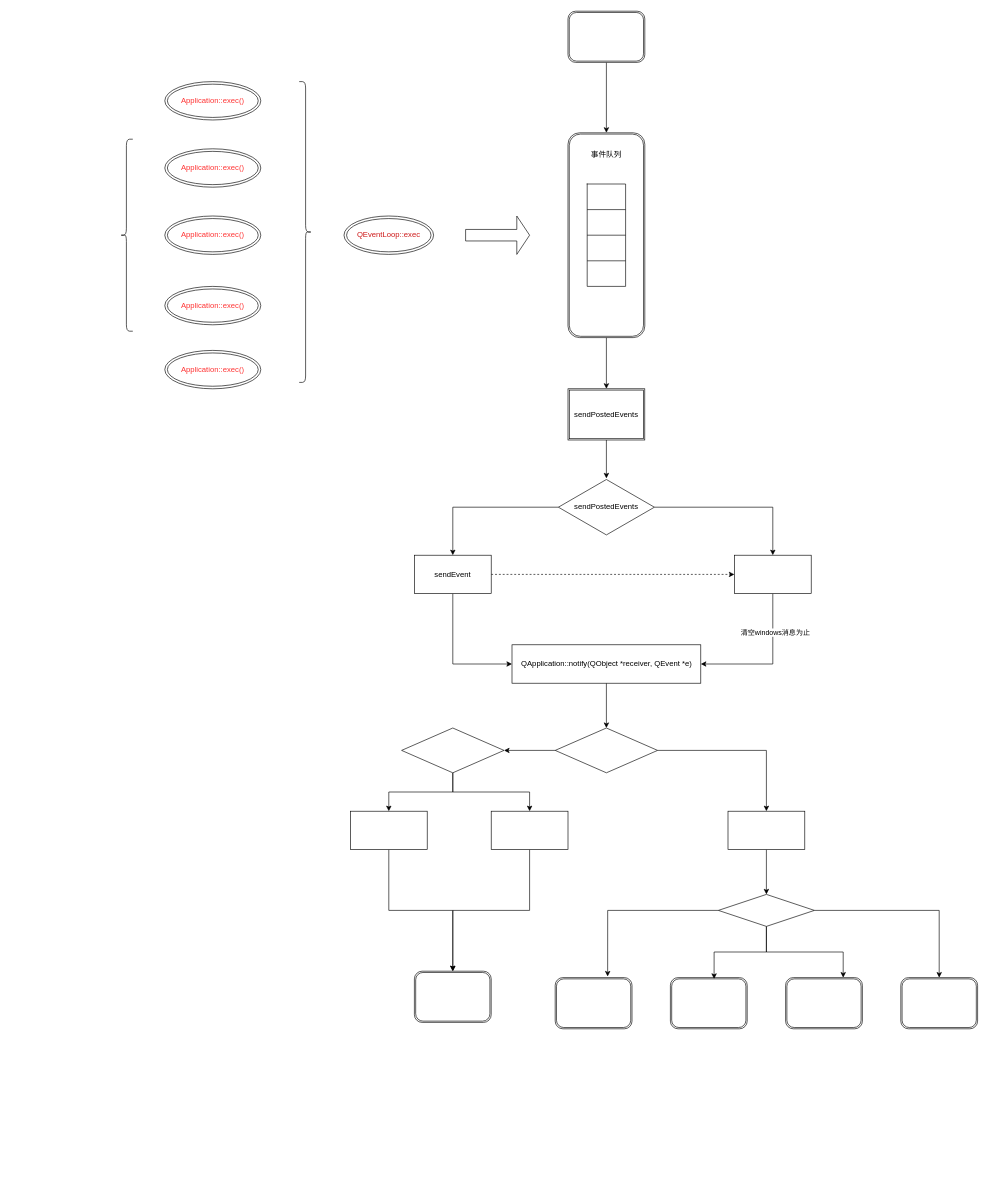
The draw.io diagram 图解Qt事件循环.drawio in summer-hu-1/qt-official-examples, before the edit. Source tidied: cells renumbered, new cells numbered last; positions are measured from the earlier drawing's top-left corner, leaving out a move shared by most shapes. Both pictures are drawn from the tidied source at 64%, with x=0, y=0 at pixel (120, 11).
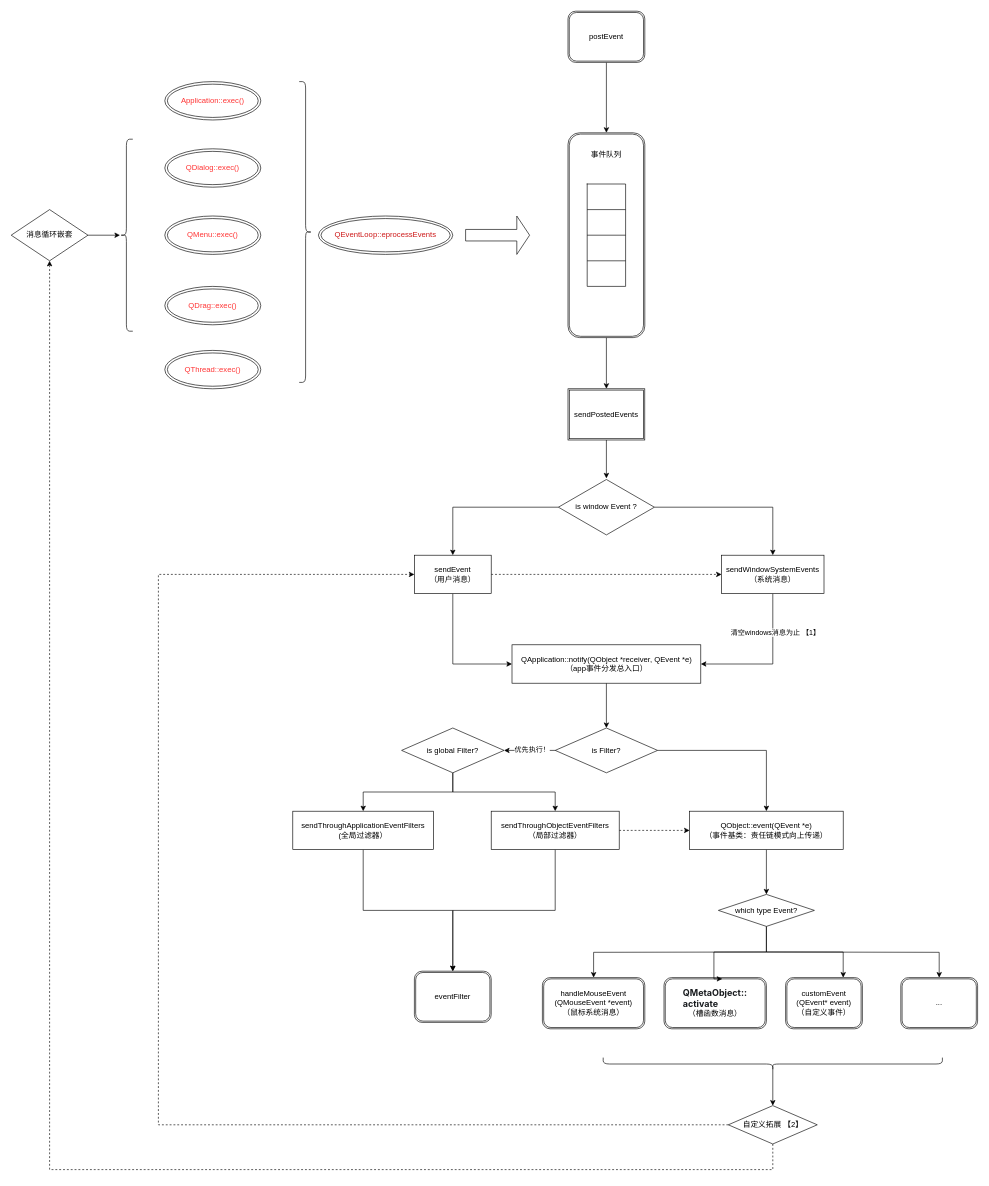
After the change.

Commit message (it also covers changes not shown here):
更新图解Qt事件循环.drawio

Unchanged cells that the change refers to:
```xml
<mxCell id="7" style="shape=curlyBracket;whiteSpace=wrap;html=1;rounded=1;labelPosition=left;verticalLabelPosition=middle;align=right;verticalAlign=middle;size=0.5;" parent="1" vertex="1">
  <mxGeometry y="200" width="20" height="300" as="geometry" />
</mxCell>
<mxCell id="12" style="shape=ext;double=1;rounded=1;whiteSpace=wrap;html=1;" parent="1" vertex="1">
  <mxGeometry x="700" y="190" width="120" height="320" as="geometry" />
</mxCell>
<mxCell id="28" style="edgeStyle=orthogonalEdgeStyle;rounded=0;jettySize=auto;html=1;entryX=1;entryY=0.5;entryDx=0;entryDy=0;" parent="1" edge="1" source="30" target="36">
  <mxGeometry relative="1" as="geometry">
    <Array as="points">
      <mxPoint x="1020" y="1020" />
    </Array>
  </mxGeometry>
</mxCell>
<mxCell id="43" style="edgeStyle=orthogonalEdgeStyle;rounded=0;jettySize=auto;html=1;" parent="1" edge="1" source="45" target="48">
  <mxGeometry relative="1" as="geometry" />
</mxCell>
```

What changed in the source:
```diff
@@
-    <mxCell id="3" value="&lt;font style=&quot;color: rgb(255, 51, 51);&quot;&gt;Application::exec()&lt;/font&gt;" style="ellipse;shape=doubleEllipse;whiteSpace=wrap;html=1;" parent="1" vertex="1">
+    <mxCell id="3" value="&lt;font style=&quot;color: rgb(255, 51, 51);&quot;&gt;QDialog::exec()&lt;/font&gt;" style="ellipse;shape=doubleEllipse;whiteSpace=wrap;html=1;" parent="1" vertex="1">
       <mxGeometry x="70" y="215" width="150" height="60" as="geometry" />
     </mxCell>
-    <mxCell id="4" value="&lt;font style=&quot;color: rgb(255, 51, 51);&quot;&gt;Application::exec()&lt;/font&gt;" style="ellipse;shape=doubleEllipse;whiteSpace=wrap;html=1;" parent="1" vertex="1">
+    <mxCell id="4" value="&lt;font style=&quot;color: rgb(255, 51, 51);&quot;&gt;QDrag::exec()&lt;/font&gt;" style="ellipse;shape=doubleEllipse;whiteSpace=wrap;html=1;" parent="1" vertex="1">
       <mxGeometry x="70" y="430" width="150" height="60" as="geometry" />
     </mxCell>
-    <mxCell id="5" value="&lt;font style=&quot;color: rgb(255, 51, 51);&quot;&gt;Application::exec()&lt;/font&gt;" style="ellipse;shape=doubleEllipse;whiteSpace=wrap;html=1;" parent="1" vertex="1">
+    <mxCell id="5" value="&lt;font style=&quot;color: rgb(255, 51, 51);&quot;&gt;QMenu::exec()&lt;/font&gt;" style="ellipse;shape=doubleEllipse;whiteSpace=wrap;html=1;" parent="1" vertex="1">
       <mxGeometry x="70" y="320" width="150" height="60" as="geometry" />
     </mxCell>
-    <mxCell id="6" value="&lt;font style=&quot;color: rgb(255, 51, 51);&quot;&gt;Application::exec()&lt;/font&gt;" style="ellipse;shape=doubleEllipse;whiteSpace=wrap;html=1;" parent="1" vertex="1">
+    <mxCell id="6" value="&lt;font style=&quot;color: rgb(255, 51, 51);&quot;&gt;QThread::exec()&lt;/font&gt;" style="ellipse;shape=doubleEllipse;whiteSpace=wrap;html=1;" parent="1" vertex="1">
       <mxGeometry x="70" y="530" width="150" height="60" as="geometry" />
     </mxCell>
@@
-    <mxCell id="9" value="&lt;font style=&quot;color: light-dark(rgb(205, 24, 24), rgb(237, 237, 237));&quot;&gt;QEventLoop::exec&lt;/font&gt;" style="ellipse;shape=doubleEllipse;whiteSpace=wrap;html=1;" parent="1" vertex="1">
-      <mxGeometry x="350" y="320" width="140" height="60" as="geometry" />
+    <mxCell id="9" value="&lt;font style=&quot;color: light-dark(rgb(205, 24, 24), rgb(237, 237, 237));&quot;&gt;QEventLoop::e&lt;/font&gt;&lt;span style=&quot;color: light-dark(rgb(205, 24, 24), rgb(237, 237, 237)); background-color: transparent;&quot;&gt;processEvents&lt;/span&gt;" style="ellipse;shape=doubleEllipse;whiteSpace=wrap;html=1;" parent="1" vertex="1">
+      <mxGeometry x="310" y="320" width="210" height="60" as="geometry" />
     </mxCell>
@@
-    <mxCell id="24" value="sendPostedEvents" style="html=1;whiteSpace=wrap;shape=isoRectangle;" parent="1" vertex="1">
+    <mxCell id="24" value="is window Event ?" style="html=1;whiteSpace=wrap;shape=isoRectangle;" parent="1" vertex="1">
       <mxGeometry x="685" y="730" width="150" height="90" as="geometry" />
     </mxCell>
@@
-    <mxCell id="27" value="sendEvent" style="whiteSpace=wrap;html=1;" parent="1" vertex="1">
+    <mxCell id="27" value="sendEvent&lt;div&gt;（用户消息）&lt;/div&gt;" style="whiteSpace=wrap;html=1;" parent="1" vertex="1">
       <mxGeometry x="460" y="850" width="120" height="60" as="geometry" />
     </mxCell>
@@
-    <mxCell id="29" value="清空windows消息为止" style="edgeLabel;html=1;align=center;verticalAlign=middle;" parent="28" vertex="1">
+    <mxCell id="29" value="清空windows消息为止 【1】" style="edgeLabel;html=1;align=center;verticalAlign=middle;" parent="28" vertex="1">
       <mxGeometry x="-0.46" y="3" relative="1" as="geometry" />
     </mxCell>
-    <mxCell id="30" style="whiteSpace=wrap;html=1;" parent="1" vertex="1">
-      <mxGeometry x="960" y="850" width="120" height="60" as="geometry" />
+    <mxCell id="30" value="sendWindowSystemEvents&lt;div&gt;（系统消息）&lt;/div&gt;" style="whiteSpace=wrap;html=1;" parent="1" vertex="1">
+      <mxGeometry x="940" y="850" width="160" height="60" as="geometry" />
     </mxCell>
@@
-    <mxCell id="32" style="shape=ext;double=1;rounded=1;whiteSpace=wrap;html=1;" parent="1" vertex="1">
+    <mxCell id="32" value="postEvent" style="shape=ext;double=1;rounded=1;whiteSpace=wrap;html=1;" parent="1" vertex="1">
       <mxGeometry x="700" width="120" height="80" as="geometry" />
     </mxCell>
@@
-    <mxCell id="36" value="QApplication::notify(QObject *receiver, QEvent *e)" style="whiteSpace=wrap;html=1;" parent="1" vertex="1">
+    <mxCell id="36" value="QApplication::notify(QObject *receiver, QEvent *e)&lt;div&gt;（app事件分发总入口）&lt;/div&gt;" style="whiteSpace=wrap;html=1;" parent="1" vertex="1">
       <mxGeometry x="612.5" y="990" width="295" height="60" as="geometry" />
     </mxCell>
@@
+    <mxCell id="60" style="edgeStyle=orthogonalEdgeStyle;rounded=0;jettySize=auto;html=1;entryX=0;entryY=0.5;entryDx=0;entryDy=0;dashed=1;" parent="1" edge="1" source="38" target="50">
+      <mxGeometry relative="1" as="geometry" />
+    </mxCell>
-    <mxCell id="38" style="whiteSpace=wrap;html=1;" parent="1" vertex="1">
-      <mxGeometry x="580" y="1250" width="120" height="60" as="geometry" />
+    <mxCell id="38" value="sendThroughObjectEventFilters&lt;div&gt;（局部过滤器）&lt;/div&gt;" style="whiteSpace=wrap;html=1;" parent="1" vertex="1">
+      <mxGeometry x="580" y="1250" width="200" height="60" as="geometry" />
     </mxCell>
@@
-    <mxCell id="40" style="rounded=0;whiteSpace=wrap;html=1;" parent="1" vertex="1">
-      <mxGeometry x="360" y="1250" width="120" height="60" as="geometry" />
+    <mxCell id="40" value="sendThroughApplicationEventFilters&lt;div&gt;(全局过滤器）&lt;/div&gt;" style="rounded=0;whiteSpace=wrap;html=1;" parent="1" vertex="1">
+      <mxGeometry x="270" y="1250" width="220" height="60" as="geometry" />
     </mxCell>
-    <mxCell id="41" style="shape=ext;double=1;rounded=1;whiteSpace=wrap;html=1;" parent="1" vertex="1">
+    <mxCell id="41" value="eventFilter" style="shape=ext;double=1;rounded=1;whiteSpace=wrap;html=1;" parent="1" vertex="1">
       <mxGeometry x="460" y="1500" width="120" height="80" as="geometry" />
     </mxCell>
-    <mxCell id="42" style="shape=ext;double=1;rounded=1;whiteSpace=wrap;html=1;" parent="1" vertex="1">
-      <mxGeometry x="680" y="1510" width="120" height="80" as="geometry" />
+    <mxCell id="42" value="handleMouseEvent&lt;div&gt;(QMouseEvent *event)&lt;br&gt;（鼠标系统消息）&lt;/div&gt;" style="shape=ext;double=1;rounded=1;whiteSpace=wrap;html=1;" parent="1" vertex="1">
+      <mxGeometry x="660" y="1510" width="160" height="80" as="geometry" />
     </mxCell>
@@
+    <mxCell id="61" value="优先执行！" style="edgeLabel;html=1;align=center;verticalAlign=middle;" parent="43" vertex="1">
+      <mxGeometry x="-0.11" y="-2" relative="1" as="geometry">
+        <mxPoint x="-1" as="offset" />
+      </mxGeometry>
+    </mxCell>
@@
-    <mxCell id="45" style="rhombus;whiteSpace=wrap;html=1;" parent="1" vertex="1">
+    <mxCell id="45" value="is Filter?" style="rhombus;whiteSpace=wrap;html=1;" parent="1" vertex="1">
       <mxGeometry x="680" y="1120" width="160" height="70" as="geometry" />
     </mxCell>
@@
-    <mxCell id="48" style="rhombus;whiteSpace=wrap;html=1;" parent="1" vertex="1">
+    <mxCell id="48" value="is global Filter?" style="rhombus;whiteSpace=wrap;html=1;" parent="1" vertex="1">
       <mxGeometry x="440" y="1120" width="160" height="70" as="geometry" />
     </mxCell>
@@
-    <mxCell id="50" style="whiteSpace=wrap;html=1;" parent="1" vertex="1">
-      <mxGeometry x="950" y="1250" width="120" height="60" as="geometry" />
+    <mxCell id="50" value="QObject::event(QEvent *e)&lt;div&gt;（事件基类：责任链模式向上传递）&lt;/div&gt;" style="whiteSpace=wrap;html=1;" parent="1" vertex="1">
+      <mxGeometry x="890" y="1250" width="240" height="60" as="geometry" />
     </mxCell>
@@
-    <mxCell id="52" style="edgeStyle=orthogonalEdgeStyle;rounded=0;jettySize=auto;html=1;entryX=0.5;entryY=0;entryDx=0;entryDy=0;" parent="1" edge="1" source="53" target="56">
-      <mxGeometry relative="1" as="geometry" />
+    <mxCell id="52" style="edgeStyle=orthogonalEdgeStyle;rounded=0;jettySize=auto;html=1;entryX=0.5;entryY=0;entryDx=0;entryDy=0;" parent="1" edge="1" target="56">
+      <mxGeometry relative="1" as="geometry">
+        <mxPoint x="1010" y="1470" as="sourcePoint" />
+      </mxGeometry>
     </mxCell>
-    <mxCell id="53" style="rhombus;whiteSpace=wrap;html=1;" parent="1" vertex="1">
+    <mxCell id="53" value="which type Event?" style="rhombus;whiteSpace=wrap;html=1;" parent="1" vertex="1">
       <mxGeometry x="935" y="1380" width="150" height="50" as="geometry" />
     </mxCell>
-    <mxCell id="54" style="shape=ext;double=1;rounded=1;whiteSpace=wrap;html=1;" parent="1" vertex="1">
-      <mxGeometry x="860" y="1510" width="120" height="80" as="geometry" />
+    <mxCell id="54" value="&lt;div style=&quot;text-align: start;&quot;&gt;&lt;span style=&quot;background-color: transparent; font-size: 14px; white-space-collapse: preserve;&quot;&gt;&lt;font face=&quot;-apple-system, PingFang SC, Hiragino Sans GB, Microsoft YaHei, Segoe UI, system-ui, Roboto, Droid Sans, Helvetica Neue, sans-serif&quot; color=&quot;#171a1d&quot;&gt;&lt;b&gt;QMetaObject::&lt;/b&gt;&lt;/font&gt;&lt;/span&gt;&lt;/div&gt;&lt;div style=&quot;text-align: start;&quot;&gt;&lt;span style=&quot;background-color: transparent; font-size: 14px; white-space-collapse: preserve;&quot;&gt;&lt;font face=&quot;-apple-system, PingFang SC, Hiragino Sans GB, Microsoft YaHei, Segoe UI, system-ui, Roboto, Droid Sans, Helvetica Neue, sans-serif&quot; color=&quot;#171a1d&quot;&gt;&lt;b&gt;activate&lt;/b&gt;&lt;/font&gt;&lt;/span&gt;&lt;/div&gt;&lt;div&gt;（槽函数消息）&lt;/div&gt;" style="shape=ext;double=1;rounded=1;whiteSpace=wrap;html=1;" parent="1" vertex="1">
+      <mxGeometry x="850" y="1510" width="160" height="80" as="geometry" />
     </mxCell>
-    <mxCell id="55" style="shape=ext;double=1;rounded=1;whiteSpace=wrap;html=1;" parent="1" vertex="1">
+    <mxCell id="55" value="customEvent&lt;div&gt;(QEvent* event)&lt;/div&gt;&lt;div&gt;（自定义事件）&lt;/div&gt;" style="shape=ext;double=1;rounded=1;whiteSpace=wrap;html=1;" parent="1" vertex="1">
       <mxGeometry x="1040" y="1510" width="120" height="80" as="geometry" />
     </mxCell>
-    <mxCell id="56" style="shape=ext;double=1;rounded=1;whiteSpace=wrap;html=1;" parent="1" vertex="1">
+    <mxCell id="56" value="..." style="shape=ext;double=1;rounded=1;whiteSpace=wrap;html=1;" parent="1" vertex="1">
       <mxGeometry x="1220" y="1510" width="120" height="80" as="geometry" />
     </mxCell>
-    <mxCell id="57" style="edgeStyle=orthogonalEdgeStyle;rounded=0;jettySize=auto;html=1;entryX=0.683;entryY=-0.022;entryDx=0;entryDy=0;entryPerimeter=0;" parent="1" edge="1" source="53" target="42">
-      <mxGeometry relative="1" as="geometry" />
+    <mxCell id="57" style="edgeStyle=orthogonalEdgeStyle;rounded=0;jettySize=auto;html=1;entryX=0.5;entryY=0;entryDx=0;entryDy=0;" parent="1" edge="1" target="42">
+      <mxGeometry relative="1" as="geometry">
+        <mxPoint x="1010" y="1470" as="sourcePoint" />
+      </mxGeometry>
     </mxCell>
     <mxCell id="58" style="edgeStyle=orthogonalEdgeStyle;rounded=0;jettySize=auto;html=1;entryX=0.569;entryY=0.025;entryDx=0;entryDy=0;entryPerimeter=0;" parent="1" edge="1" source="53" target="54">
-      <mxGeometry relative="1" as="geometry" />
+      <mxGeometry relative="1" as="geometry">
+        <Array as="points">
+          <mxPoint x="1010" y="1470" />
+          <mxPoint x="928" y="1470" />
+        </Array>
+      </mxGeometry>
     </mxCell>
@@
+    <mxCell id="62" style="edgeStyle=orthogonalEdgeStyle;rounded=0;jettySize=auto;html=1;entryX=0.5;entryY=1;entryDx=0;entryDy=0;exitX=0.5;exitY=1;exitDx=0;exitDy=0;dashed=1;" parent="1" edge="1" source="68" target="66">
+      <mxGeometry relative="1" as="geometry">
+        <Array as="points">
+          <mxPoint x="1020" y="1810" />
+          <mxPoint x="-110" y="1810" />
+        </Array>
+      </mxGeometry>
+    </mxCell>
+    <mxCell id="63" style="edgeStyle=orthogonalEdgeStyle;rounded=0;jettySize=auto;html=1;exitX=0.1;exitY=0.5;exitDx=0;exitDy=0;exitPerimeter=0;entryX=0.5;entryY=0;entryDx=0;entryDy=0;" parent="1" edge="1" source="64" target="68">
+      <mxGeometry relative="1" as="geometry" />
+    </mxCell>
+    <mxCell id="64" style="shape=curlyBracket;whiteSpace=wrap;html=1;rounded=1;labelPosition=left;verticalLabelPosition=middle;align=right;verticalAlign=middle;rotation=-90;size=0.5;" parent="1" vertex="1">
+      <mxGeometry x="1010" y="1380" width="20" height="530" as="geometry" />
+    </mxCell>
+    <mxCell id="65" style="edgeStyle=orthogonalEdgeStyle;rounded=0;jettySize=auto;html=1;" parent="1" edge="1" source="66" target="7">
+      <mxGeometry relative="1" as="geometry" />
+    </mxCell>
+    <mxCell id="66" value="消息循环嵌套" style="rhombus;whiteSpace=wrap;html=1;" parent="1" vertex="1">
+      <mxGeometry x="-170" y="310" width="120" height="80" as="geometry" />
+    </mxCell>
+    <mxCell id="67" style="edgeStyle=orthogonalEdgeStyle;rounded=0;jettySize=auto;html=1;entryX=0;entryY=0.5;entryDx=0;entryDy=0;dashed=1;" parent="1" edge="1" source="68" target="27">
+      <mxGeometry relative="1" as="geometry">
+        <Array as="points">
+          <mxPoint x="60" y="1740" />
+          <mxPoint x="60" y="880" />
+        </Array>
+      </mxGeometry>
+    </mxCell>
+    <mxCell id="68" value="自定义拓展 【2】" style="rhombus;whiteSpace=wrap;html=1;" parent="1" vertex="1">
+      <mxGeometry x="950.5" y="1710" width="139" height="60" as="geometry" />
+    </mxCell>
+    <mxCell id="69" style="edgeStyle=orthogonalEdgeStyle;rounded=0;orthogonalLoop=1;jettySize=auto;html=1;exitX=0.5;exitY=1;exitDx=0;exitDy=0;" parent="1" edge="1" source="12" target="12">
+      <mxGeometry relative="1" as="geometry" />
+    </mxCell>
```
